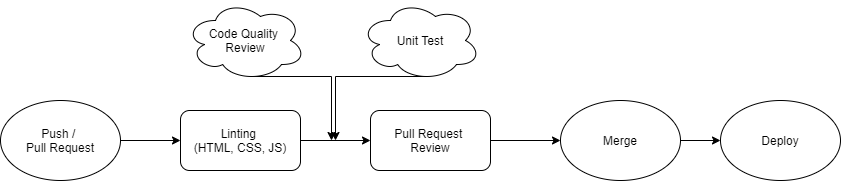
Earlier version of the draw.io export admin/cipipeline/phase1.drawio.png (cse110-fa21-group21/cse110-fa21-group21). Source tidied: cells renumbered, new cells last; positions are measured from the earlier drawing's top-left corner, leaving out a move shared by most shapes. Source of this version:
```xml
<mxGraphModel>
  <root>
    <mxCell id="0" />
    <mxCell id="1" parent="0" />
    <mxCell id="2" value="Push /&amp;nbsp;&lt;br&gt;Pull Request" style="ellipse;whiteSpace=wrap;html=1;" parent="1" vertex="1">
      <mxGeometry y="100" width="120" height="80" as="geometry" />
    </mxCell>
    <mxCell id="3" style="edgeStyle=orthogonalEdgeStyle;rounded=0;jettySize=auto;html=1;exitX=1;exitY=0.5;exitDx=0;exitDy=0;" parent="1" edge="1" source="4">
      <mxGeometry relative="1" as="geometry">
        <mxPoint x="370" y="140" as="targetPoint" />
      </mxGeometry>
    </mxCell>
    <mxCell id="4" value="Linting &lt;br&gt;(HTML, CSS, JS)" style="rounded=1;whiteSpace=wrap;html=1;" parent="1" vertex="1">
      <mxGeometry x="180" y="110" width="120" height="60" as="geometry" />
    </mxCell>
    <mxCell id="5" style="endArrow=classic;html=1;exitX=1;exitY=0.5;exitDx=0;exitDy=0;entryX=0;entryY=0.5;entryDx=0;entryDy=0;" parent="1" edge="1" source="2" target="4">
      <mxGeometry relative="1" as="geometry" />
    </mxCell>
    <mxCell id="6" style="edgeStyle=orthogonalEdgeStyle;rounded=0;jettySize=auto;html=1;exitX=1;exitY=0.5;exitDx=0;exitDy=0;" parent="1" edge="1" source="7">
      <mxGeometry relative="1" as="geometry">
        <mxPoint x="560" y="140" as="targetPoint" />
      </mxGeometry>
    </mxCell>
    <mxCell id="7" value="Pull Request &lt;br&gt;Review" style="rounded=1;whiteSpace=wrap;html=1;" parent="1" vertex="1">
      <mxGeometry x="370" y="110" width="120" height="60" as="geometry" />
    </mxCell>
    <mxCell id="8" style="edgeStyle=orthogonalEdgeStyle;rounded=0;jettySize=auto;html=1;exitX=1;exitY=0.5;exitDx=0;exitDy=0;entryX=0;entryY=0.5;entryDx=0;entryDy=0;" parent="1" edge="1" source="9" target="10">
      <mxGeometry relative="1" as="geometry" />
    </mxCell>
    <mxCell id="9" value="Merge" style="ellipse;whiteSpace=wrap;html=1;" parent="1" vertex="1">
      <mxGeometry x="560" y="100" width="120" height="80" as="geometry" />
    </mxCell>
    <mxCell id="10" value="Deploy" style="ellipse;whiteSpace=wrap;html=1;" parent="1" vertex="1">
      <mxGeometry x="720" y="100" width="120" height="80" as="geometry" />
    </mxCell>
    <mxCell id="11" style="edgeStyle=orthogonalEdgeStyle;rounded=0;jettySize=auto;html=1;exitX=0.55;exitY=0.95;exitDx=0;exitDy=0;exitPerimeter=0;" parent="1" edge="1" source="12">
      <mxGeometry relative="1" as="geometry">
        <mxPoint x="331" y="140" as="targetPoint" />
      </mxGeometry>
    </mxCell>
    <mxCell id="12" value="Code Quality&amp;nbsp;&lt;br&gt;Review" style="ellipse;shape=cloud;whiteSpace=wrap;html=1;" parent="1" vertex="1">
      <mxGeometry x="185" width="120" height="80" as="geometry" />
    </mxCell>
    <mxCell id="13" style="edgeStyle=orthogonalEdgeStyle;rounded=0;jettySize=auto;html=1;exitX=0.55;exitY=0.95;exitDx=0;exitDy=0;exitPerimeter=0;" parent="1" edge="1" source="14">
      <mxGeometry relative="1" as="geometry">
        <mxPoint x="335" y="140" as="targetPoint" />
      </mxGeometry>
    </mxCell>
    <mxCell id="14" value="Unit Test" style="ellipse;shape=cloud;whiteSpace=wrap;html=1;" parent="1" vertex="1">
      <mxGeometry x="360" width="120" height="80" as="geometry" />
    </mxCell>
  </root>
</mxGraphModel>
```
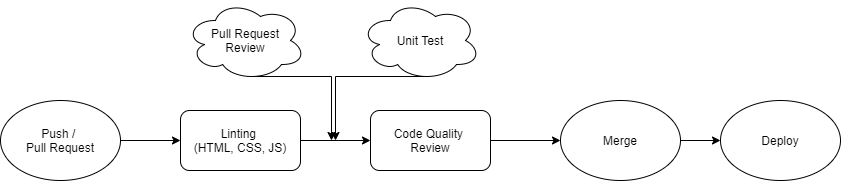
After the change.

Commit message:
Refine phase1  pipeline description

Diff of the diagram source:
```diff
@@ -21,7 +21,7 @@
         <mxPoint x="560" y="140" as="targetPoint" />
       </mxGeometry>
     </mxCell>
-    <mxCell id="7" value="Pull Request &lt;br&gt;Review" style="rounded=1;whiteSpace=wrap;html=1;" parent="1" vertex="1">
+    <mxCell id="7" value="Code Quality&amp;nbsp;&lt;br&gt;Review" style="rounded=1;whiteSpace=wrap;html=1;" parent="1" vertex="1">
       <mxGeometry x="370" y="110" width="120" height="60" as="geometry" />
     </mxCell>
     <mxCell id="8" style="edgeStyle=orthogonalEdgeStyle;rounded=0;jettySize=auto;html=1;exitX=1;exitY=0.5;exitDx=0;exitDy=0;entryX=0;entryY=0.5;entryDx=0;entryDy=0;" parent="1" edge="1" source="9" target="10">
@@ -38,7 +38,7 @@
         <mxPoint x="331" y="140" as="targetPoint" />
       </mxGeometry>
     </mxCell>
-    <mxCell id="12" value="Code Quality&amp;nbsp;&lt;br&gt;Review" style="ellipse;shape=cloud;whiteSpace=wrap;html=1;" parent="1" vertex="1">
+    <mxCell id="12" value="Pull Request&lt;br&gt;Review" style="ellipse;shape=cloud;whiteSpace=wrap;html=1;" parent="1" vertex="1">
       <mxGeometry x="185" width="120" height="80" as="geometry" />
     </mxCell>
     <mxCell id="13" style="edgeStyle=orthogonalEdgeStyle;rounded=0;jettySize=auto;html=1;exitX=0.55;exitY=0.95;exitDx=0;exitDy=0;exitPerimeter=0;" parent="1" edge="1" source="14">
```
